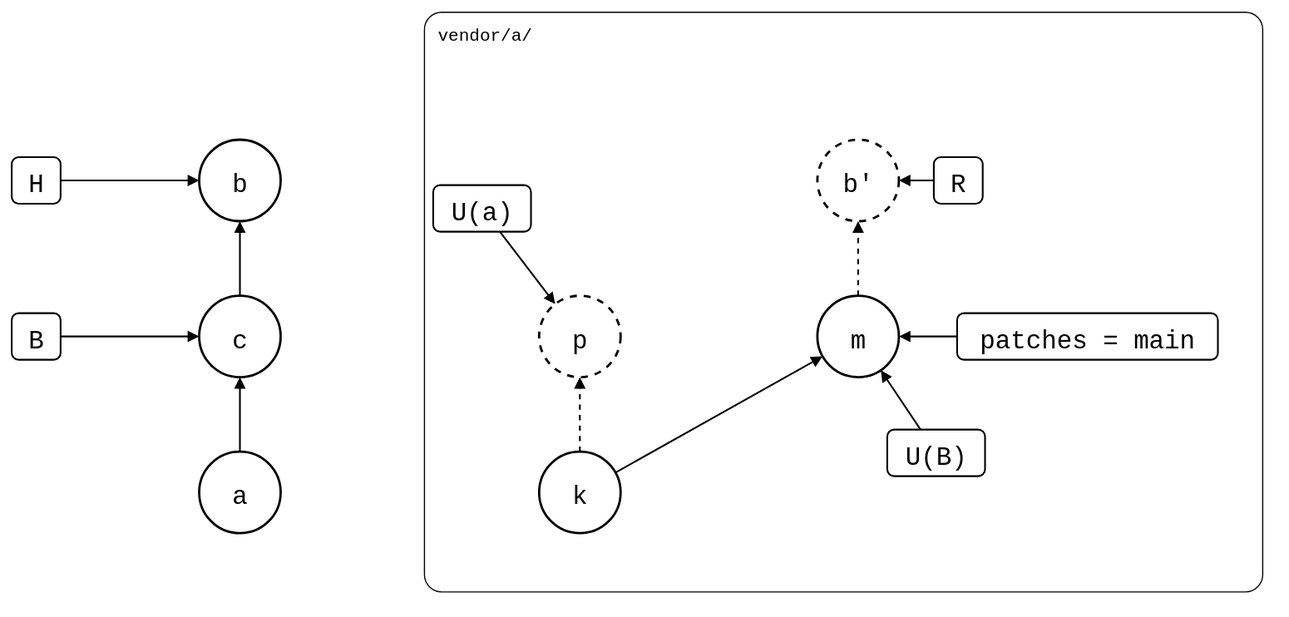
roschaefer/git-splice keeps this draw.io diagram as test/scenarios/06-rewritten-history/04-patch-branch-rebased/02-squash-merged/pull-request.drawio.svg. Above is the earlier version. Source tidied: cells renumbered, new cells last; positions are measured from the earlier drawing's top-left corner, leaving out a move shared by most shapes. Its diagram source:
```xml
<mxGraphModel background="#ffffff">
  <root>
    <mxCell id="0" />
    <mxCell id="1" parent="0" />
    <mxCell id="2" value="vendor/a/" style="rounded=1;arcSize=3;fillColor=none;strokeWidth=1;fontSize=15;verticalAlign=top;align=left;spacingLeft=10;spacingTop=4;fontFamily=Roboto Mono,monospace;" parent="1" vertex="1">
      <mxGeometry x="354" width="720" height="498" as="geometry" />
    </mxCell>
    <mxCell id="3" value="a" style="ellipse;strokeWidth=2;fontSize=22;fontFamily=Roboto Mono,monospace;" parent="1" vertex="1">
      <mxGeometry x="161" y="378" width="70" height="70" as="geometry" />
    </mxCell>
    <mxCell id="4" value="c" style="ellipse;strokeWidth=2;fontSize=22;fontFamily=Roboto Mono,monospace;" parent="1" vertex="1">
      <mxGeometry x="161" y="244" width="70" height="70" as="geometry" />
    </mxCell>
    <mxCell id="5" value="b" style="ellipse;strokeWidth=2;fontSize=22;fontFamily=Roboto Mono,monospace;" parent="1" vertex="1">
      <mxGeometry x="161" y="110" width="70" height="70" as="geometry" />
    </mxCell>
    <mxCell id="6" value="k" style="ellipse;strokeWidth=2;fontSize=22;fontFamily=Roboto Mono,monospace;" parent="1" vertex="1">
      <mxGeometry x="453" y="378" width="70" height="70" as="geometry" />
    </mxCell>
    <mxCell id="7" value="p" style="ellipse;strokeWidth=2;fontSize=22;fontFamily=Roboto Mono,monospace;dashed=1;" parent="1" vertex="1">
      <mxGeometry x="453" y="244" width="70" height="70" as="geometry" />
    </mxCell>
    <mxCell id="8" value="m" style="ellipse;strokeWidth=2;fontSize=22;fontFamily=Roboto Mono,monospace;" parent="1" vertex="1">
      <mxGeometry x="692" y="244" width="70" height="70" as="geometry" />
    </mxCell>
    <mxCell id="9" value="b'" style="ellipse;strokeWidth=2;fontSize=22;fontFamily=Roboto Mono,monospace;dashed=1;" parent="1" vertex="1">
      <mxGeometry x="692" y="110" width="70" height="70" as="geometry" />
    </mxCell>
    <mxCell id="10" value="H" style="rounded=1;strokeWidth=1.5;fontSize=22;fontFamily=Roboto Mono,monospace;" parent="1" vertex="1">
      <mxGeometry y="125" width="42" height="40" as="geometry" />
    </mxCell>
    <mxCell id="11" value="B" style="rounded=1;strokeWidth=1.5;fontSize=22;fontFamily=Roboto Mono,monospace;" parent="1" vertex="1">
      <mxGeometry y="259" width="42" height="40" as="geometry" />
    </mxCell>
    <mxCell id="12" value="U(a)" style="rounded=1;strokeWidth=1.5;fontSize=22;fontFamily=Roboto Mono,monospace;" parent="1" vertex="1">
      <mxGeometry x="362" y="149" width="84" height="40" as="geometry" />
    </mxCell>
    <mxCell id="13" value="R" style="rounded=1;strokeWidth=1.5;fontSize=22;fontFamily=Roboto Mono,monospace;" parent="1" vertex="1">
      <mxGeometry x="792" y="125" width="42" height="40" as="geometry" />
    </mxCell>
    <mxCell id="14" value="U(B)" style="rounded=1;strokeWidth=1.5;fontSize=22;fontFamily=Roboto Mono,monospace;" parent="1" vertex="1">
      <mxGeometry x="752" y="359" width="84" height="40" as="geometry" />
    </mxCell>
    <mxCell id="15" value="patches = main" style="rounded=1;strokeWidth=1.5;fontSize=22;fontFamily=Roboto Mono,monospace;" parent="1" vertex="1">
      <mxGeometry x="812" y="259" width="224" height="40" as="geometry" />
    </mxCell>
    <mxCell id="16" style="endArrow=block;endFill=1;html=1;strokeWidth=1.5;rounded=0;" parent="1" edge="1" source="3" target="4">
      <mxGeometry relative="1" as="geometry" />
    </mxCell>
    <mxCell id="17" style="endArrow=block;endFill=1;html=1;strokeWidth=1.5;rounded=0;" parent="1" edge="1" source="4" target="5">
      <mxGeometry relative="1" as="geometry" />
    </mxCell>
    <mxCell id="18" style="endArrow=block;endFill=1;html=1;strokeWidth=1.5;rounded=0;dashed=1;" parent="1" edge="1" source="6" target="7">
      <mxGeometry relative="1" as="geometry" />
    </mxCell>
    <mxCell id="19" style="endArrow=block;endFill=1;html=1;strokeWidth=1.5;rounded=0;" parent="1" edge="1" source="6" target="8">
      <mxGeometry relative="1" as="geometry" />
    </mxCell>
    <mxCell id="20" style="endArrow=block;endFill=1;html=1;strokeWidth=1.5;rounded=0;dashed=1;" parent="1" edge="1" source="8" target="9">
      <mxGeometry relative="1" as="geometry" />
    </mxCell>
    <mxCell id="21" style="endArrow=block;endFill=1;html=1;strokeWidth=1.5;rounded=0;" parent="1" edge="1" source="10" target="5">
      <mxGeometry relative="1" as="geometry" />
    </mxCell>
    <mxCell id="22" style="endArrow=block;endFill=1;html=1;strokeWidth=1.5;rounded=0;" parent="1" edge="1" source="11" target="4">
      <mxGeometry relative="1" as="geometry" />
    </mxCell>
    <mxCell id="23" style="endArrow=block;endFill=1;html=1;strokeWidth=1.5;rounded=0;" parent="1" edge="1" source="12" target="7">
      <mxGeometry relative="1" as="geometry" />
    </mxCell>
    <mxCell id="24" style="endArrow=block;endFill=1;html=1;strokeWidth=1.5;rounded=0;" parent="1" edge="1" source="13" target="9">
      <mxGeometry relative="1" as="geometry" />
    </mxCell>
    <mxCell id="25" style="endArrow=block;endFill=1;html=1;strokeWidth=1.5;rounded=0;" parent="1" edge="1" source="14" target="8">
      <mxGeometry relative="1" as="geometry" />
    </mxCell>
    <mxCell id="26" style="endArrow=block;endFill=1;html=1;strokeWidth=1.5;rounded=0;" parent="1" edge="1" source="15" target="8">
      <mxGeometry relative="1" as="geometry" />
    </mxCell>
  </root>
</mxGraphModel>
```
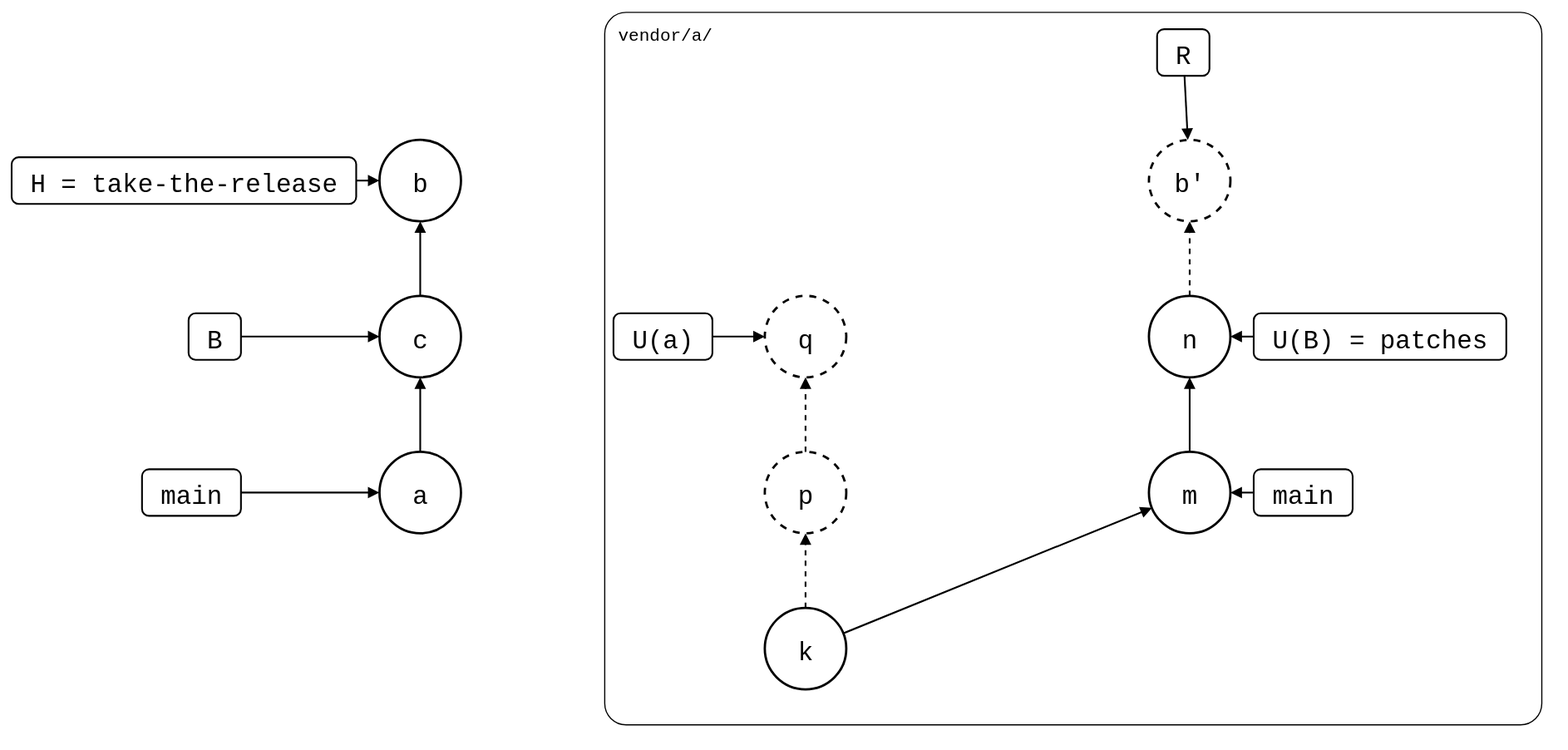
Above is the later version.

Commit message:
test(scenarios): rebase a patch branch with two patches, branches named

Diff of the diagram source:
```diff
@@ -3,8 +3,23 @@
     <mxCell id="0" />
     <mxCell id="1" parent="0" />
     <mxCell id="2" value="vendor/a/" style="rounded=1;arcSize=3;fillColor=none;strokeWidth=1;fontSize=15;verticalAlign=top;align=left;spacingLeft=10;spacingTop=4;fontFamily=Roboto Mono,monospace;" parent="1" vertex="1">
-      <mxGeometry x="354" width="720" height="498" as="geometry" />
+      <mxGeometry x="354" width="805" height="612" as="geometry" />
     </mxCell>
+    <mxCell id="6" value="k" style="ellipse;strokeWidth=2;fontSize=22;fontFamily=Roboto Mono,monospace;" parent="1" vertex="1">
+      <mxGeometry x="492" y="512" width="70" height="70" as="geometry" />
+    </mxCell>
+    <mxCell id="7" value="p" style="ellipse;strokeWidth=2;fontSize=22;fontFamily=Roboto Mono,monospace;dashed=1;" parent="1" vertex="1">
+      <mxGeometry x="492" y="378" width="70" height="70" as="geometry" />
+    </mxCell>
+    <mxCell id="27" value="q" style="ellipse;strokeWidth=2;fontSize=22;fontFamily=Roboto Mono,monospace;dashed=1;" parent="1" vertex="1">
+      <mxGeometry x="492" y="244" width="70" height="70" as="geometry" />
+    </mxCell>
+    <mxCell id="8" value="m" style="ellipse;strokeWidth=2;fontSize=22;fontFamily=Roboto Mono,monospace;" parent="1" vertex="1">
+      <mxGeometry x="822" y="378" width="70" height="70" as="geometry" />
+    </mxCell>
+    <mxCell id="28" value="n" style="ellipse;strokeWidth=2;fontSize=22;fontFamily=Roboto Mono,monospace;" parent="1" vertex="1">
+      <mxGeometry x="822" y="244" width="70" height="70" as="geometry" />
+    </mxCell>
     <mxCell id="3" value="a" style="ellipse;strokeWidth=2;fontSize=22;fontFamily=Roboto Mono,monospace;" parent="1" vertex="1">
       <mxGeometry x="161" y="378" width="70" height="70" as="geometry" />
     </mxCell>
@@ -14,68 +29,71 @@
     <mxCell id="5" value="b" style="ellipse;strokeWidth=2;fontSize=22;fontFamily=Roboto Mono,monospace;" parent="1" vertex="1">
       <mxGeometry x="161" y="110" width="70" height="70" as="geometry" />
     </mxCell>
-    <mxCell id="6" value="k" style="ellipse;strokeWidth=2;fontSize=22;fontFamily=Roboto Mono,monospace;" parent="1" vertex="1">
-      <mxGeometry x="453" y="378" width="70" height="70" as="geometry" />
-    </mxCell>
-    <mxCell id="7" value="p" style="ellipse;strokeWidth=2;fontSize=22;fontFamily=Roboto Mono,monospace;dashed=1;" parent="1" vertex="1">
-      <mxGeometry x="453" y="244" width="70" height="70" as="geometry" />
-    </mxCell>
-    <mxCell id="8" value="m" style="ellipse;strokeWidth=2;fontSize=22;fontFamily=Roboto Mono,monospace;" parent="1" vertex="1">
-      <mxGeometry x="692" y="244" width="70" height="70" as="geometry" />
-    </mxCell>
     <mxCell id="9" value="b'" style="ellipse;strokeWidth=2;fontSize=22;fontFamily=Roboto Mono,monospace;dashed=1;" parent="1" vertex="1">
-      <mxGeometry x="692" y="110" width="70" height="70" as="geometry" />
+      <mxGeometry x="822" y="110" width="70" height="70" as="geometry" />
     </mxCell>
-    <mxCell id="10" value="H" style="rounded=1;strokeWidth=1.5;fontSize=22;fontFamily=Roboto Mono,monospace;" parent="1" vertex="1">
-      <mxGeometry y="125" width="42" height="40" as="geometry" />
+    <mxCell id="10" value="H = take-the-release" style="rounded=1;strokeWidth=1.5;fontSize=22;fontFamily=Roboto Mono,monospace;" parent="1" vertex="1">
+      <mxGeometry x="-155" y="125" width="296" height="40" as="geometry" />
     </mxCell>
     <mxCell id="11" value="B" style="rounded=1;strokeWidth=1.5;fontSize=22;fontFamily=Roboto Mono,monospace;" parent="1" vertex="1">
-      <mxGeometry y="259" width="42" height="40" as="geometry" />
+      <mxGeometry x="-3" y="259" width="45" height="40" as="geometry" />
     </mxCell>
+    <mxCell id="29" value="main" style="rounded=1;strokeWidth=1.5;fontSize=22;fontFamily=Roboto Mono,monospace;" parent="1" vertex="1">
+      <mxGeometry x="-43" y="393" width="85" height="40" as="geometry" />
+    </mxCell>
     <mxCell id="12" value="U(a)" style="rounded=1;strokeWidth=1.5;fontSize=22;fontFamily=Roboto Mono,monospace;" parent="1" vertex="1">
-      <mxGeometry x="362" y="149" width="84" height="40" as="geometry" />
+      <mxGeometry x="362" y="259" width="85" height="40" as="geometry" />
     </mxCell>
     <mxCell id="13" value="R" style="rounded=1;strokeWidth=1.5;fontSize=22;fontFamily=Roboto Mono,monospace;" parent="1" vertex="1">
-      <mxGeometry x="792" y="125" width="42" height="40" as="geometry" />
+      <mxGeometry x="829" y="15" width="45" height="40" as="geometry" />
     </mxCell>
-    <mxCell id="14" value="U(B)" style="rounded=1;strokeWidth=1.5;fontSize=22;fontFamily=Roboto Mono,monospace;" parent="1" vertex="1">
-      <mxGeometry x="752" y="359" width="84" height="40" as="geometry" />
-    </mxCell>
-    <mxCell id="15" value="patches = main" style="rounded=1;strokeWidth=1.5;fontSize=22;fontFamily=Roboto Mono,monospace;" parent="1" vertex="1">
-      <mxGeometry x="812" y="259" width="224" height="40" as="geometry" />
-    </mxCell>
+    <mxCell id="30" value="main" style="rounded=1;strokeWidth=1.5;fontSize=22;fontFamily=Roboto Mono,monospace;" parent="1" vertex="1">
+      <mxGeometry x="912" y="393" width="85" height="40" as="geometry" />
+    </mxCell>
+    <mxCell id="31" value="U(B) = patches" style="rounded=1;strokeWidth=1.5;fontSize=22;fontFamily=Roboto Mono,monospace;" parent="1" vertex="1">
+      <mxGeometry x="912" y="259" width="217" height="40" as="geometry" />
+    </mxCell>
-    <mxCell id="16" style="endArrow=block;endFill=1;html=1;strokeWidth=1.5;rounded=0;" parent="1" edge="1" source="3" target="4">
+    <mxCell id="16" style="endArrow=block;endFill=1;html=1;strokeWidth=1.5;rounded=0;dashed=1;" parent="1" edge="1" source="6" target="7">
       <mxGeometry relative="1" as="geometry" />
     </mxCell>
-    <mxCell id="17" style="endArrow=block;endFill=1;html=1;strokeWidth=1.5;rounded=0;" parent="1" edge="1" source="4" target="5">
+    <mxCell id="17" style="endArrow=block;endFill=1;html=1;strokeWidth=1.5;rounded=0;dashed=1;" parent="1" edge="1" source="7" target="27">
       <mxGeometry relative="1" as="geometry" />
     </mxCell>
-    <mxCell id="18" style="endArrow=block;endFill=1;html=1;strokeWidth=1.5;rounded=0;dashed=1;" parent="1" edge="1" source="6" target="7">
+    <mxCell id="18" style="endArrow=block;endFill=1;html=1;strokeWidth=1.5;rounded=0;" parent="1" edge="1" source="6" target="8">
       <mxGeometry relative="1" as="geometry" />
     </mxCell>
-    <mxCell id="19" style="endArrow=block;endFill=1;html=1;strokeWidth=1.5;rounded=0;" parent="1" edge="1" source="6" target="8">
+    <mxCell id="19" style="endArrow=block;endFill=1;html=1;strokeWidth=1.5;rounded=0;" parent="1" edge="1" source="8" target="28">
       <mxGeometry relative="1" as="geometry" />
     </mxCell>
-    <mxCell id="20" style="endArrow=block;endFill=1;html=1;strokeWidth=1.5;rounded=0;dashed=1;" parent="1" edge="1" source="8" target="9">
+    <mxCell id="20" style="endArrow=block;endFill=1;html=1;strokeWidth=1.5;rounded=0;" parent="1" edge="1" source="3" target="4">
       <mxGeometry relative="1" as="geometry" />
     </mxCell>
-    <mxCell id="21" style="endArrow=block;endFill=1;html=1;strokeWidth=1.5;rounded=0;" parent="1" edge="1" source="10" target="5">
+    <mxCell id="21" style="endArrow=block;endFill=1;html=1;strokeWidth=1.5;rounded=0;" parent="1" edge="1" source="4" target="5">
       <mxGeometry relative="1" as="geometry" />
     </mxCell>
-    <mxCell id="22" style="endArrow=block;endFill=1;html=1;strokeWidth=1.5;rounded=0;" parent="1" edge="1" source="11" target="4">
+    <mxCell id="22" style="endArrow=block;endFill=1;html=1;strokeWidth=1.5;rounded=0;dashed=1;" parent="1" edge="1" source="28" target="9">
       <mxGeometry relative="1" as="geometry" />
     </mxCell>
-    <mxCell id="23" style="endArrow=block;endFill=1;html=1;strokeWidth=1.5;rounded=0;" parent="1" edge="1" source="12" target="7">
+    <mxCell id="23" style="endArrow=block;endFill=1;html=1;strokeWidth=1.5;rounded=0;" parent="1" edge="1" source="10" target="5">
       <mxGeometry relative="1" as="geometry" />
     </mxCell>
-    <mxCell id="24" style="endArrow=block;endFill=1;html=1;strokeWidth=1.5;rounded=0;" parent="1" edge="1" source="13" target="9">
+    <mxCell id="24" style="endArrow=block;endFill=1;html=1;strokeWidth=1.5;rounded=0;" parent="1" edge="1" source="11" target="4">
       <mxGeometry relative="1" as="geometry" />
     </mxCell>
-    <mxCell id="25" style="endArrow=block;endFill=1;html=1;strokeWidth=1.5;rounded=0;" parent="1" edge="1" source="14" target="8">
+    <mxCell id="25" style="endArrow=block;endFill=1;html=1;strokeWidth=1.5;rounded=0;" parent="1" edge="1" source="29" target="3">
       <mxGeometry relative="1" as="geometry" />
     </mxCell>
-    <mxCell id="26" style="endArrow=block;endFill=1;html=1;strokeWidth=1.5;rounded=0;" parent="1" edge="1" source="15" target="8">
+    <mxCell id="26" style="endArrow=block;endFill=1;html=1;strokeWidth=1.5;rounded=0;" parent="1" edge="1" source="12" target="27">
       <mxGeometry relative="1" as="geometry" />
     </mxCell>
+    <mxCell id="32" style="endArrow=block;endFill=1;html=1;strokeWidth=1.5;rounded=0;" parent="1" edge="1" source="13" target="9">
+      <mxGeometry relative="1" as="geometry" />
+    </mxCell>
+    <mxCell id="33" style="endArrow=block;endFill=1;html=1;strokeWidth=1.5;rounded=0;" parent="1" edge="1" source="30" target="8">
+      <mxGeometry relative="1" as="geometry" />
+    </mxCell>
+    <mxCell id="34" style="endArrow=block;endFill=1;html=1;strokeWidth=1.5;rounded=0;" parent="1" edge="1" source="31" target="28">
+      <mxGeometry relative="1" as="geometry" />
+    </mxCell>
   </root>
 </mxGraphModel>
```
